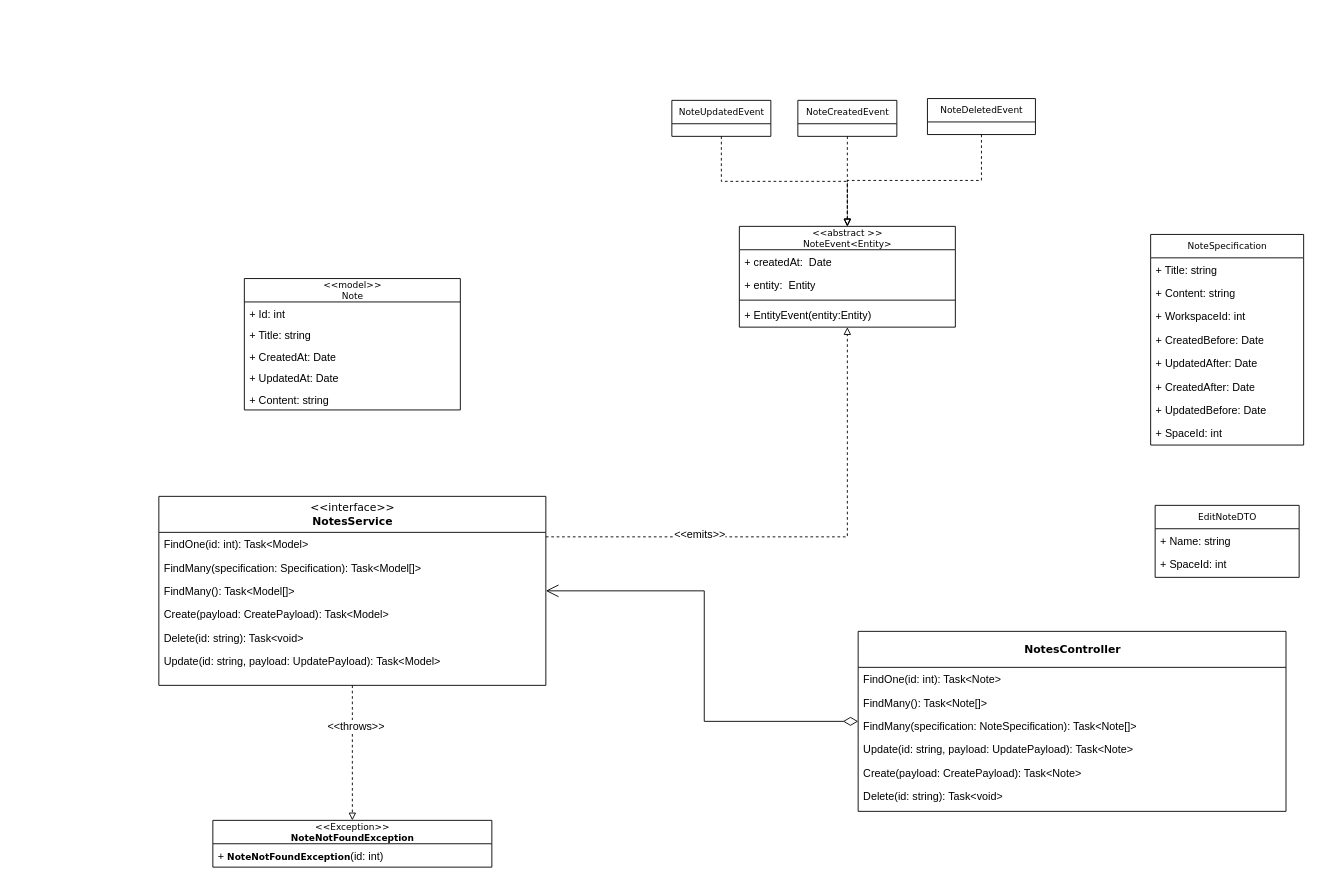
SalttySugar/Nota keeps this draw.io diagram as page "Notes module" (2 of 10) of docs/diagrams/class-diagram.drawio. Above is the earlier version. Source tidied: cells renumbered, new cells numbered last; positions are measured from the earlier drawing's top-left corner, leaving out a move shared by most shapes. Both pictures are drawn from the tidied source at 90%, with x=0, y=0 at pixel (158, 98).
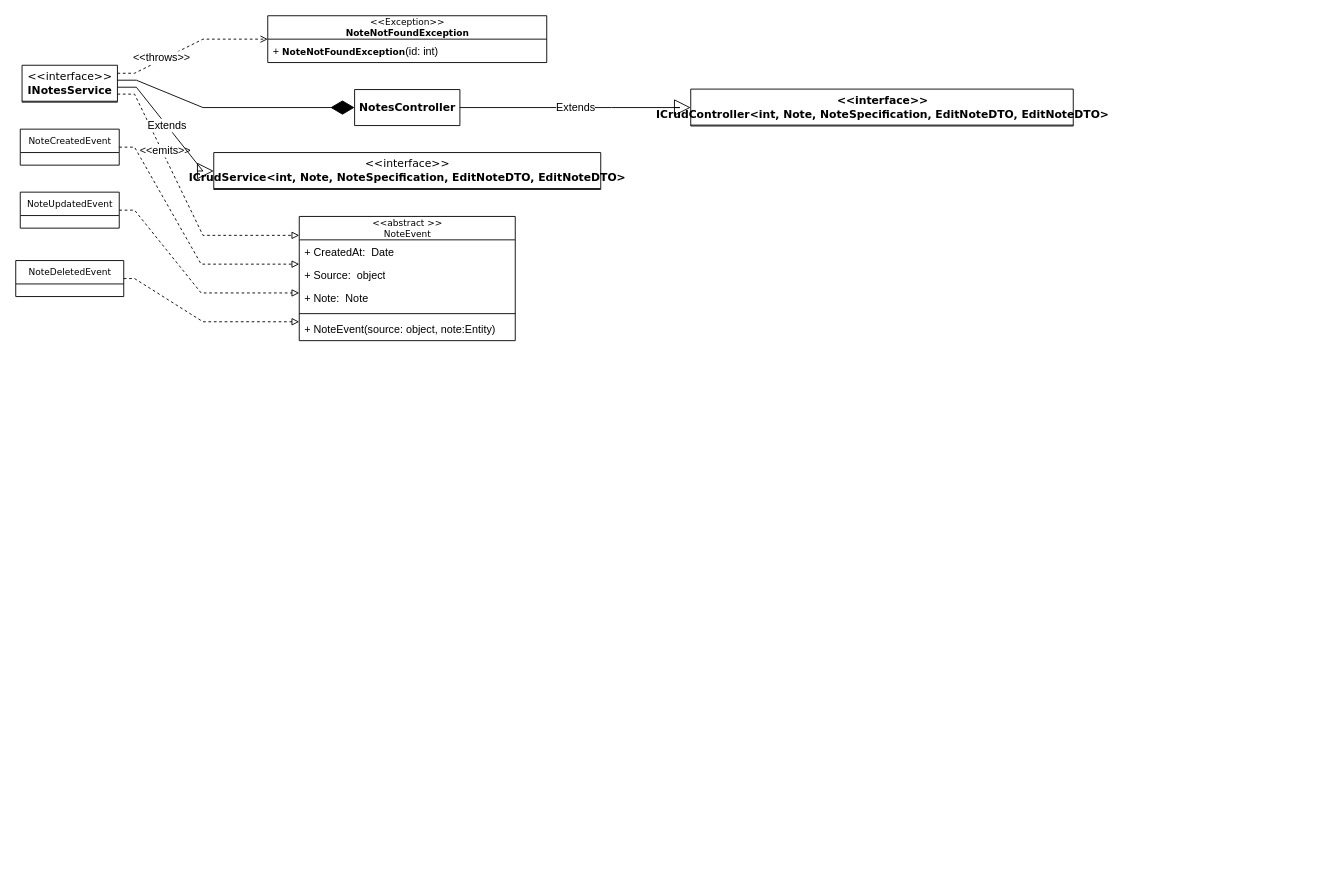
The same diagram, later.

Diff of the diagram source:
```diff
@@
-    <mxCell id="2" value="&amp;lt;&amp;lt;interface&amp;gt;&amp;gt;&lt;br style=&quot;font-size: 12px;&quot;&gt;&lt;b style=&quot;font-size: 12px;&quot;&gt;NotesService&lt;/b&gt;" style="swimlane;html=1;fontStyle=0;horizontal=1;startSize=40;fillColor=none;swimlaneFillColor=#ffffff;rounded=0;shadow=0;comic=0;labelBackgroundColor=none;strokeWidth=1;fontFamily=Verdana;fontSize=12;align=center;" parent="1" vertex="1">
-      <mxGeometry y="442" width="430" height="210" as="geometry" />
+    <mxCell id="2" value="&amp;lt;&amp;lt;interface&amp;gt;&amp;gt;&lt;br style=&quot;font-size: 12px;&quot;&gt;&lt;b style=&quot;font-size: 12px;&quot;&gt;INotesService&lt;/b&gt;" style="swimlane;html=1;fontStyle=0;horizontal=1;startSize=40;fillColor=none;swimlaneFillColor=#ffffff;rounded=0;shadow=0;comic=0;labelBackgroundColor=none;strokeWidth=1;fontFamily=Verdana;fontSize=12;align=center;" parent="1" vertex="1" collapsed="1">
+      <mxGeometry x="-152" y="-37" width="106" height="41" as="geometry" />
     </mxCell>
-    <mxCell id="3" value="FindOne(id: int): Task&amp;lt;Model&amp;gt;" style="text;html=1;strokeColor=none;fillColor=none;align=left;verticalAlign=top;spacingLeft=4;spacingRight=4;whiteSpace=wrap;overflow=hidden;" parent="2" vertex="1">
-      <mxGeometry y="40" width="430" height="26" as="geometry" />
-    </mxCell>
-    <mxCell id="4" value="FindMany(specification: Specification): Task&amp;lt;Model[]&amp;gt;" style="text;html=1;strokeColor=none;fillColor=none;align=left;verticalAlign=top;spacingLeft=4;spacingRight=4;whiteSpace=wrap;overflow=hidden;" parent="2" vertex="1">
-      <mxGeometry y="66" width="430" height="26" as="geometry" />
-    </mxCell>
-    <mxCell id="5" value="FindMany(): Task&amp;lt;Model[]&amp;gt;" style="text;html=1;strokeColor=none;fillColor=none;align=left;verticalAlign=top;spacingLeft=4;spacingRight=4;whiteSpace=wrap;overflow=hidden;" parent="2" vertex="1">
-      <mxGeometry y="92" width="430" height="26" as="geometry" />
-    </mxCell>
-    <mxCell id="6" value="Create(payload: CreatePayload): Task&amp;lt;Model&amp;gt;" style="text;html=1;strokeColor=none;fillColor=none;align=left;verticalAlign=top;spacingLeft=4;spacingRight=4;whiteSpace=wrap;overflow=hidden;" parent="2" vertex="1">
-      <mxGeometry y="118" width="430" height="26" as="geometry" />
-    </mxCell>
-    <mxCell id="7" value="Delete(id: string): Task&amp;lt;void&amp;gt;" style="text;html=1;strokeColor=none;fillColor=none;align=left;verticalAlign=top;spacingLeft=4;spacingRight=4;whiteSpace=wrap;overflow=hidden;" parent="2" vertex="1">
-      <mxGeometry y="144" width="430" height="26" as="geometry" />
-    </mxCell>
-    <mxCell id="8" value="Update(id: string, payload: UpdatePayload): Task&amp;lt;Model&amp;gt;" style="text;html=1;strokeColor=none;fillColor=none;align=left;verticalAlign=top;spacingLeft=4;spacingRight=4;whiteSpace=wrap;overflow=hidden;" parent="2" vertex="1">
-      <mxGeometry y="170" width="430" height="26" as="geometry" />
-    </mxCell>
     <mxCell id="9" value="&amp;lt;&amp;lt;Exception&amp;gt;&amp;gt;&lt;br&gt;&lt;b&gt;NoteNotFoundException&lt;/b&gt;" style="swimlane;html=1;fontStyle=0;horizontal=1;startSize=26;fillColor=none;swimlaneFillColor=#ffffff;rounded=0;shadow=0;comic=0;labelBackgroundColor=none;strokeWidth=1;fontFamily=Verdana;fontSize=10;align=center;" parent="1" vertex="1">
-      <mxGeometry x="60" y="802" width="310" height="52" as="geometry" />
+      <mxGeometry x="121" y="-92" width="310" height="52" as="geometry" />
     </mxCell>
@@
-    <mxCell id="11" value="&amp;lt;&amp;lt;model&amp;gt;&amp;gt;&lt;br&gt;Note" style="swimlane;html=1;fontStyle=0;horizontal=1;startSize=26;fillColor=none;swimlaneFillColor=#ffffff;rounded=0;shadow=0;comic=0;labelBackgroundColor=none;strokeWidth=1;fontFamily=Verdana;fontSize=10;align=center;" parent="1" vertex="1">
-      <mxGeometry x="95" y="200" width="240" height="146" as="geometry" />
-    </mxCell>
-    <mxCell id="12" value="+ Id: int" style="text;html=1;strokeColor=none;fillColor=none;align=left;verticalAlign=top;spacingLeft=4;spacingRight=4;whiteSpace=wrap;overflow=hidden;" parent="11" vertex="1">
-      <mxGeometry y="26" width="240" height="24" as="geometry" />
-    </mxCell>
-    <mxCell id="13" value="+ Title: string" style="text;html=1;strokeColor=none;fillColor=none;align=left;verticalAlign=top;spacingLeft=4;spacingRight=4;whiteSpace=wrap;overflow=hidden;" parent="11" vertex="1">
-      <mxGeometry y="50" width="240" height="24" as="geometry" />
-    </mxCell>
-    <mxCell id="14" value="+ CreatedAt: Date" style="text;html=1;strokeColor=none;fillColor=none;align=left;verticalAlign=top;spacingLeft=4;spacingRight=4;whiteSpace=wrap;overflow=hidden;" parent="11" vertex="1">
-      <mxGeometry y="74" width="240" height="24" as="geometry" />
-    </mxCell>
-    <mxCell id="15" value="+ UpdatedAt: Date" style="text;html=1;strokeColor=none;fillColor=none;align=left;verticalAlign=top;spacingLeft=4;spacingRight=4;whiteSpace=wrap;overflow=hidden;" parent="11" vertex="1">
-      <mxGeometry y="98" width="240" height="24" as="geometry" />
-    </mxCell>
-    <mxCell id="16" value="+ Content: string" style="text;html=1;strokeColor=none;fillColor=none;align=left;verticalAlign=top;spacingLeft=4;spacingRight=4;whiteSpace=wrap;overflow=hidden;" parent="11" vertex="1">
-      <mxGeometry y="122" width="240" height="24" as="geometry" />
-    </mxCell>
-    <mxCell id="17" style="endArrow=block;dashed=1;html=1;rounded=0;fontSize=12;endFill=0;edgeStyle=orthogonalEdgeStyle;" parent="1" edge="1" source="2" target="9">
-      <mxGeometry relative="1" as="geometry" />
+    <mxCell id="17" style="endArrow=open;dashed=1;html=1;rounded=0;fontSize=12;endFill=0;edgeStyle=orthogonalEdgeStyle;noEdgeStyle=1;orthogonal=1;" parent="1" edge="1" source="2" target="9">
+      <mxGeometry relative="1" as="geometry">
+        <Array as="points">
+          <mxPoint x="-27" y="-28.1" />
+          <mxPoint x="49" y="-66" />
+        </Array>
+      </mxGeometry>
     </mxCell>
@@
-    <mxCell id="19" value="&lt;b style=&quot;font-size: 12px;&quot;&gt;NotesController&lt;/b&gt;" style="swimlane;html=1;fontStyle=0;horizontal=1;startSize=40;fillColor=none;swimlaneFillColor=#ffffff;rounded=0;shadow=0;comic=0;labelBackgroundColor=none;strokeWidth=1;fontFamily=Verdana;fontSize=12;align=center;" parent="1" vertex="1">
-      <mxGeometry x="777" y="592" width="475.4" height="200" as="geometry" />
+    <mxCell id="19" value="&lt;b style=&quot;font-size: 12px;&quot;&gt;NotesController&lt;/b&gt;" style="swimlane;html=1;fontStyle=0;horizontal=1;startSize=40;fillColor=none;swimlaneFillColor=#ffffff;rounded=0;shadow=0;comic=0;labelBackgroundColor=none;strokeWidth=1;fontFamily=Verdana;fontSize=12;align=center;" parent="1" vertex="1" collapsed="1">
+      <mxGeometry x="217.5" y="-10" width="117" height="40" as="geometry" />
     </mxCell>
-    <mxCell id="20" value="FindOne(id: int): Task&amp;lt;Note&amp;gt;" style="text;html=1;strokeColor=none;fillColor=none;align=left;verticalAlign=top;spacingLeft=4;spacingRight=4;whiteSpace=wrap;overflow=hidden;" parent="19" vertex="1">
-      <mxGeometry y="40" width="475.4" height="26" as="geometry" />
-    </mxCell>
-    <mxCell id="21" value="FindMany(): Task&amp;lt;Note[]&amp;gt;" style="text;html=1;strokeColor=none;fillColor=none;align=left;verticalAlign=top;spacingLeft=4;spacingRight=4;whiteSpace=wrap;overflow=hidden;" parent="19" vertex="1">
-      <mxGeometry y="66" width="475.4" height="26" as="geometry" />
-    </mxCell>
-    <mxCell id="22" value="FindMany(specification: NoteSpecification): Task&amp;lt;Note[]&amp;gt;" style="text;html=1;strokeColor=none;fillColor=none;align=left;verticalAlign=top;spacingLeft=4;spacingRight=4;whiteSpace=wrap;overflow=hidden;" parent="19" vertex="1">
-      <mxGeometry y="92" width="475.4" height="26" as="geometry" />
-    </mxCell>
-    <mxCell id="23" value="Update(id: string, payload: UpdatePayload): Task&amp;lt;Note&amp;gt;" style="text;html=1;strokeColor=none;fillColor=none;align=left;verticalAlign=top;spacingLeft=4;spacingRight=4;whiteSpace=wrap;overflow=hidden;" parent="19" vertex="1">
-      <mxGeometry y="118" width="475.4" height="26" as="geometry" />
-    </mxCell>
-    <mxCell id="24" value="Create(payload: CreatePayload): Task&amp;lt;Note&amp;gt;" style="text;html=1;strokeColor=none;fillColor=none;align=left;verticalAlign=top;spacingLeft=4;spacingRight=4;whiteSpace=wrap;overflow=hidden;" parent="19" vertex="1">
-      <mxGeometry y="144" width="475.4" height="26" as="geometry" />
-    </mxCell>
-    <mxCell id="25" value="Delete(id: string): Task&amp;lt;void&amp;gt;" style="text;html=1;strokeColor=none;fillColor=none;align=left;verticalAlign=top;spacingLeft=4;spacingRight=4;whiteSpace=wrap;overflow=hidden;" parent="19" vertex="1">
-      <mxGeometry y="170" width="475.4" height="26" as="geometry" />
-    </mxCell>
-    <mxCell id="26" value="&amp;lt;&amp;lt;abstract &amp;gt;&amp;gt;&lt;br&gt;NoteEvent&amp;lt;Entity&amp;gt;" style="swimlane;html=1;fontStyle=0;horizontal=1;startSize=26;fillColor=none;swimlaneFillColor=#ffffff;rounded=0;shadow=0;comic=0;labelBackgroundColor=none;strokeWidth=1;fontFamily=Verdana;fontSize=10;align=center;" parent="1" vertex="1">
-      <mxGeometry x="645" y="142" width="240" height="112" as="geometry" />
+    <mxCell id="26" value="&amp;lt;&amp;lt;abstract &amp;gt;&amp;gt;&lt;br&gt;NoteEvent" style="swimlane;html=1;fontStyle=0;horizontal=1;startSize=26;fillColor=none;swimlaneFillColor=#ffffff;rounded=0;shadow=0;comic=0;labelBackgroundColor=none;strokeWidth=1;fontFamily=Verdana;fontSize=10;align=center;" parent="1" vertex="1">
+      <mxGeometry x="156" y="131" width="240" height="138" as="geometry" />
     </mxCell>
-    <mxCell id="27" value="+ createdAt:&amp;nbsp; Date" style="text;html=1;strokeColor=none;fillColor=none;align=left;verticalAlign=top;spacingLeft=4;spacingRight=4;whiteSpace=wrap;overflow=hidden;" parent="26" vertex="1">
+    <mxCell id="27" value="+ CreatedAt:&amp;nbsp; Date" style="text;html=1;strokeColor=none;fillColor=none;align=left;verticalAlign=top;spacingLeft=4;spacingRight=4;whiteSpace=wrap;overflow=hidden;" parent="26" vertex="1">
       <mxGeometry y="26" width="240" height="26" as="geometry" />
     </mxCell>
+    <mxCell id="52" value="+ Source:&amp;nbsp; object" style="text;html=1;strokeColor=none;fillColor=none;align=left;verticalAlign=top;spacingLeft=4;spacingRight=4;whiteSpace=wrap;overflow=hidden;" parent="26" vertex="1">
+      <mxGeometry y="52" width="240" height="26" as="geometry" />
+    </mxCell>
-    <mxCell id="28" value="+ entity:&amp;nbsp; Entity" style="text;html=1;strokeColor=none;fillColor=none;align=left;verticalAlign=top;spacingLeft=4;spacingRight=4;whiteSpace=wrap;overflow=hidden;" parent="26" vertex="1">
-      <mxGeometry y="52" width="240" height="26" as="geometry" />
+    <mxCell id="28" value="+ Note:&amp;nbsp; Note" style="text;html=1;strokeColor=none;fillColor=none;align=left;verticalAlign=top;spacingLeft=4;spacingRight=4;whiteSpace=wrap;overflow=hidden;" parent="26" vertex="1">
+      <mxGeometry y="78" width="240" height="26" as="geometry" />
     </mxCell>
     <mxCell id="29" style="line;strokeWidth=1;fillColor=none;align=left;verticalAlign=middle;spacingTop=-1;spacingLeft=3;spacingRight=3;labelPosition=right;shadow=0;fontSize=12;" parent="26" vertex="1">
-      <mxGeometry y="78" width="240" height="8" as="geometry" />
+      <mxGeometry y="104" width="240" height="8" as="geometry" />
     </mxCell>
-    <mxCell id="30" value="+ EntityEvent(entity:Entity)" style="text;html=1;strokeColor=none;fillColor=none;align=left;verticalAlign=top;spacingLeft=4;spacingRight=4;whiteSpace=wrap;overflow=hidden;" parent="26" vertex="1">
-      <mxGeometry y="86" width="240" height="26" as="geometry" />
+    <mxCell id="30" value="+ NoteEvent(source: object, note:Entity)" style="text;html=1;strokeColor=none;fillColor=none;align=left;verticalAlign=top;spacingLeft=4;spacingRight=4;whiteSpace=wrap;overflow=hidden;" parent="26" vertex="1">
+      <mxGeometry y="112" width="240" height="26" as="geometry" />
     </mxCell>
     <mxCell id="31" value="NoteCreatedEvent" style="swimlane;html=1;fontStyle=0;horizontal=1;startSize=26;fillColor=none;swimlaneFillColor=#ffffff;rounded=0;shadow=0;comic=0;labelBackgroundColor=none;strokeWidth=1;fontFamily=Verdana;fontSize=10;align=center;" parent="1" vertex="1">
-      <mxGeometry x="710" y="2" width="110" height="40" as="geometry" />
+      <mxGeometry x="-154" y="34" width="110" height="40" as="geometry" />
     </mxCell>
     <mxCell id="32" value="NoteUpdatedEvent" style="swimlane;html=1;fontStyle=0;horizontal=1;startSize=26;fillColor=none;swimlaneFillColor=#ffffff;rounded=0;shadow=0;comic=0;labelBackgroundColor=none;strokeWidth=1;fontFamily=Verdana;fontSize=10;align=center;" parent="1" vertex="1">
-      <mxGeometry x="570" y="2" width="110" height="40" as="geometry" />
+      <mxGeometry x="-154" y="104" width="110" height="40" as="geometry" />
     </mxCell>
     <mxCell id="33" value="NoteDeletedEvent" style="swimlane;html=1;fontStyle=0;horizontal=1;startSize=26;fillColor=none;swimlaneFillColor=#ffffff;rounded=0;shadow=0;comic=0;labelBackgroundColor=none;strokeWidth=1;fontFamily=Verdana;fontSize=10;align=center;" parent="1" vertex="1">
-      <mxGeometry x="854" width="120" height="40" as="geometry" />
+      <mxGeometry x="-159" y="180" width="120" height="40" as="geometry" />
     </mxCell>
-    <mxCell id="34" style="edgeStyle=elbowEdgeStyle;html=1;endArrow=block;elbow=vertical;endFill=0;dashed=1;rounded=0;fontSize=12;" parent="1" edge="1" source="31" target="26">
-      <mxGeometry relative="1" as="geometry" />
+    <mxCell id="34" style="edgeStyle=elbowEdgeStyle;html=1;endArrow=block;elbow=vertical;endFill=0;dashed=1;rounded=0;fontSize=12;noEdgeStyle=1;orthogonal=1;" parent="1" edge="1" source="31" target="26">
+      <mxGeometry relative="1" as="geometry">
+        <Array as="points">
+          <mxPoint x="-27" y="54" />
+          <mxPoint x="47" y="184" />
+        </Array>
+      </mxGeometry>
     </mxCell>
-    <mxCell id="35" style="edgeStyle=elbowEdgeStyle;html=1;endArrow=block;elbow=vertical;endFill=0;dashed=1;rounded=0;fontSize=12;" parent="1" edge="1" source="32" target="26">
-      <mxGeometry relative="1" as="geometry" />
+    <mxCell id="35" style="edgeStyle=elbowEdgeStyle;html=1;endArrow=block;elbow=vertical;endFill=0;dashed=1;rounded=0;fontSize=12;noEdgeStyle=1;orthogonal=1;" parent="1" edge="1" source="32" target="26">
+      <mxGeometry relative="1" as="geometry">
+        <Array as="points">
+          <mxPoint x="-27" y="124" />
+          <mxPoint x="47" y="216" />
+        </Array>
+      </mxGeometry>
     </mxCell>
-    <mxCell id="36" style="edgeStyle=elbowEdgeStyle;html=1;endArrow=block;elbow=vertical;endFill=0;dashed=1;rounded=0;fontSize=12;" parent="1" edge="1" source="33" target="26">
-      <mxGeometry relative="1" as="geometry" />
+    <mxCell id="36" style="edgeStyle=elbowEdgeStyle;html=1;endArrow=block;elbow=vertical;endFill=0;dashed=1;rounded=0;fontSize=12;noEdgeStyle=1;orthogonal=1;" parent="1" edge="1" source="33" target="26">
+      <mxGeometry relative="1" as="geometry">
+        <Array as="points">
+          <mxPoint x="-27" y="200" />
+          <mxPoint x="49" y="248" />
+        </Array>
+      </mxGeometry>
     </mxCell>
-    <mxCell id="37" style="endArrow=block;dashed=1;html=1;rounded=0;fontSize=12;endFill=0;edgeStyle=orthogonalEdgeStyle;" parent="1" edge="1" source="2" target="26">
+    <mxCell id="37" style="endArrow=block;dashed=1;html=1;rounded=0;fontSize=12;endFill=0;edgeStyle=orthogonalEdgeStyle;noEdgeStyle=1;orthogonal=1;" parent="1" edge="1" source="2" target="26">
       <mxGeometry relative="1" as="geometry">
         <Array as="points">
-          <mxPoint x="765" y="487" />
+          <mxPoint x="-27" y="-4.9" />
+          <mxPoint x="49" y="152" />
         </Array>
       </mxGeometry>
     </mxCell>
@@
-    <mxCell id="39" value="EditNoteDTO" style="swimlane;html=1;fontStyle=0;horizontal=1;startSize=26;fillColor=none;swimlaneFillColor=#ffffff;rounded=0;shadow=0;comic=0;labelBackgroundColor=none;strokeWidth=1;fontFamily=Verdana;fontSize=10;align=center;" parent="1" vertex="1">
-      <mxGeometry x="1107" y="452" width="160" height="80" as="geometry" />
-    </mxCell>
-    <mxCell id="40" value="+ Name: string" style="text;html=1;strokeColor=none;fillColor=none;align=left;verticalAlign=top;spacingLeft=4;spacingRight=4;whiteSpace=wrap;overflow=hidden;" parent="39" vertex="1">
-      <mxGeometry y="26" width="160" height="26" as="geometry" />
-    </mxCell>
-    <mxCell id="41" value="+ SpaceId: int" style="text;html=1;strokeColor=none;fillColor=none;align=left;verticalAlign=top;spacingLeft=4;spacingRight=4;whiteSpace=wrap;overflow=hidden;" parent="39" vertex="1">
-      <mxGeometry y="52" width="160" height="26" as="geometry" />
-    </mxCell>
-    <mxCell id="42" value="NoteSpecification" style="swimlane;html=1;fontStyle=0;horizontal=1;startSize=26;fillColor=none;swimlaneFillColor=#ffffff;rounded=0;shadow=0;comic=0;labelBackgroundColor=none;strokeWidth=1;fontFamily=Verdana;fontSize=10;align=center;" parent="1" vertex="1">
-      <mxGeometry x="1102" y="151" width="170" height="234" as="geometry" />
-    </mxCell>
-    <mxCell id="43" value="+ Title: string" style="text;html=1;strokeColor=none;fillColor=none;align=left;verticalAlign=top;spacingLeft=4;spacingRight=4;whiteSpace=wrap;overflow=hidden;" parent="42" vertex="1">
-      <mxGeometry y="26" width="170" height="26" as="geometry" />
-    </mxCell>
-    <mxCell id="44" value="+ Content: string" style="text;html=1;strokeColor=none;fillColor=none;align=left;verticalAlign=top;spacingLeft=4;spacingRight=4;whiteSpace=wrap;overflow=hidden;" parent="42" vertex="1">
-      <mxGeometry y="52" width="170" height="26" as="geometry" />
-    </mxCell>
-    <mxCell id="45" value="+ WorkspaceId: int" style="text;html=1;strokeColor=none;fillColor=none;align=left;verticalAlign=top;spacingLeft=4;spacingRight=4;whiteSpace=wrap;overflow=hidden;" parent="42" vertex="1">
-      <mxGeometry y="78" width="170" height="26" as="geometry" />
-    </mxCell>
-    <mxCell id="46" value="+ CreatedBefore: Date" style="text;html=1;strokeColor=none;fillColor=none;align=left;verticalAlign=top;spacingLeft=4;spacingRight=4;whiteSpace=wrap;overflow=hidden;" parent="42" vertex="1">
-      <mxGeometry y="104" width="170" height="26" as="geometry" />
-    </mxCell>
-    <mxCell id="47" value="+ UpdatedAfter: Date" style="text;html=1;strokeColor=none;fillColor=none;align=left;verticalAlign=top;spacingLeft=4;spacingRight=4;whiteSpace=wrap;overflow=hidden;" parent="42" vertex="1">
-      <mxGeometry y="130" width="170" height="26" as="geometry" />
-    </mxCell>
-    <mxCell id="48" value="+ CreatedAfter: Date" style="text;html=1;strokeColor=none;fillColor=none;align=left;verticalAlign=top;spacingLeft=4;spacingRight=4;whiteSpace=wrap;overflow=hidden;" parent="42" vertex="1">
-      <mxGeometry y="156" width="170" height="26" as="geometry" />
-    </mxCell>
-    <mxCell id="49" value="+ UpdatedBefore: Date" style="text;html=1;strokeColor=none;fillColor=none;align=left;verticalAlign=top;spacingLeft=4;spacingRight=4;whiteSpace=wrap;overflow=hidden;" parent="42" vertex="1">
-      <mxGeometry y="182" width="170" height="26" as="geometry" />
-    </mxCell>
-    <mxCell id="50" value="+ SpaceId: int" style="text;html=1;strokeColor=none;fillColor=none;align=left;verticalAlign=top;spacingLeft=4;spacingRight=4;whiteSpace=wrap;overflow=hidden;" parent="42" vertex="1">
-      <mxGeometry y="208" width="170" height="26" as="geometry" />
-    </mxCell>
-    <mxCell id="51" style="endArrow=open;html=1;endSize=12;startArrow=diamondThin;startSize=14;startFill=0;edgeStyle=orthogonalEdgeStyle;align=left;verticalAlign=bottom;rounded=0;fontSize=12;" parent="1" edge="1" source="19" target="2">
-      <mxGeometry x="-1" y="3" relative="1" as="geometry">
-        <Array as="points">
-          <mxPoint x="606" y="692" />
-          <mxPoint x="606" y="547" />
-        </Array>
-      </mxGeometry>
-    </mxCell>
+    <mxCell id="53" style="endArrow=diamondThin;endFill=1;endSize=24;html=1;rounded=0;fontSize=12;noEdgeStyle=1;orthogonal=1;" parent="1" edge="1" source="2" target="19">
+      <mxGeometry relative="1" as="geometry">
+        <Array as="points">
+          <mxPoint x="-25" y="-20.4" />
+          <mxPoint x="49" y="10" />
+        </Array>
+      </mxGeometry>
+    </mxCell>
+    <mxCell id="54" value="&amp;lt;&amp;lt;interface&amp;gt;&amp;gt;&lt;br style=&quot;font-size: 12px;&quot;&gt;&lt;b style=&quot;font-size: 12px;&quot;&gt;ICrudService&amp;lt;int, Note, NoteSpecification, EditNoteDTO, EditNoteDTO&amp;gt;&lt;/b&gt;" style="swimlane;html=1;fontStyle=0;horizontal=1;startSize=40;fillColor=none;swimlaneFillColor=#ffffff;rounded=0;shadow=0;comic=0;labelBackgroundColor=none;strokeWidth=1;fontFamily=Verdana;fontSize=12;align=center;" parent="1" vertex="1" collapsed="1">
+      <mxGeometry x="61" y="60" width="430" height="41" as="geometry" />
+    </mxCell>
+    <mxCell id="55" value="Extends" style="endArrow=block;endSize=16;endFill=0;html=1;rounded=0;fontSize=12;edgeStyle=orthogonalEdgeStyle;noEdgeStyle=1;orthogonal=1;" parent="1" edge="1" source="2" target="54">
+      <mxGeometry relative="1" as="geometry">
+        <Array as="points">
+          <mxPoint x="-25" y="-12.6" />
+          <mxPoint x="49" y="80.5" />
+        </Array>
+      </mxGeometry>
+    </mxCell>
+    <mxCell id="56" value="&lt;b style=&quot;font-size: 12px;&quot;&gt;&amp;lt;&amp;lt;interface&amp;gt;&amp;gt;&lt;br&gt;ICrudController&lt;/b&gt;&lt;b&gt;&amp;lt;int, Note, NoteSpecification, EditNoteDTO, EditNoteDTO&amp;gt;&lt;/b&gt;&lt;b style=&quot;font-size: 12px;&quot;&gt;&lt;br&gt;&lt;/b&gt;" style="swimlane;html=1;fontStyle=0;horizontal=1;startSize=40;fillColor=none;swimlaneFillColor=#ffffff;rounded=0;shadow=0;comic=0;labelBackgroundColor=none;strokeWidth=1;fontFamily=Verdana;fontSize=12;align=center;" parent="1" vertex="1" collapsed="1">
+      <mxGeometry x="591" y="-10.5" width="425" height="41" as="geometry" />
+    </mxCell>
+    <mxCell id="57" value="Extends" style="endArrow=block;endSize=16;endFill=0;html=1;rounded=0;fontSize=12;edgeStyle=orthogonalEdgeStyle;noEdgeStyle=1;orthogonal=1;" parent="1" edge="1" source="19" target="56">
+      <mxGeometry relative="1" as="geometry">
+        <Array as="points">
+          <mxPoint x="503" y="10" />
+          <mxPoint x="579" y="10" />
+        </Array>
+      </mxGeometry>
+    </mxCell>
```
